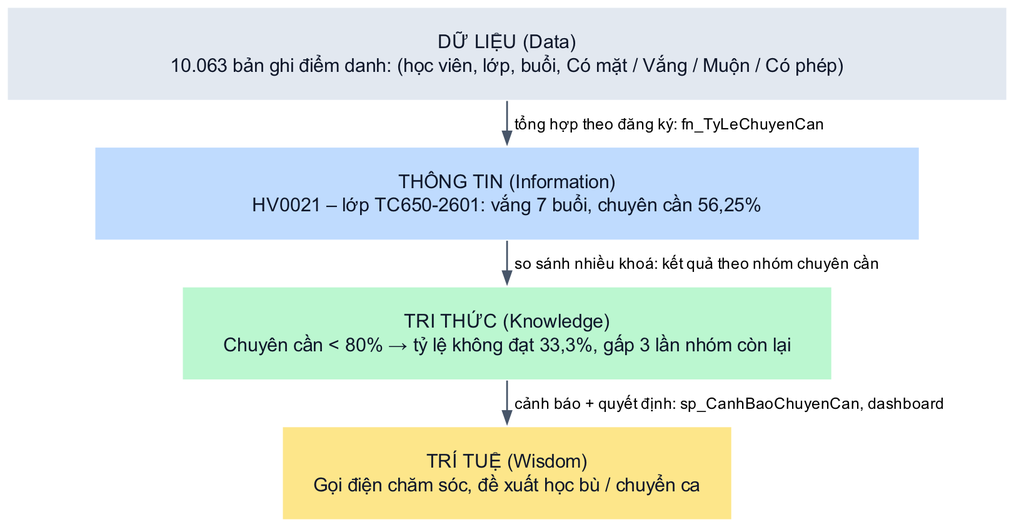
Earlier version of the Graphviz export docs/design/dikw.png (nhutruong-uit/ecms). Its source is kept beside it as docs/design/dikw.dot.
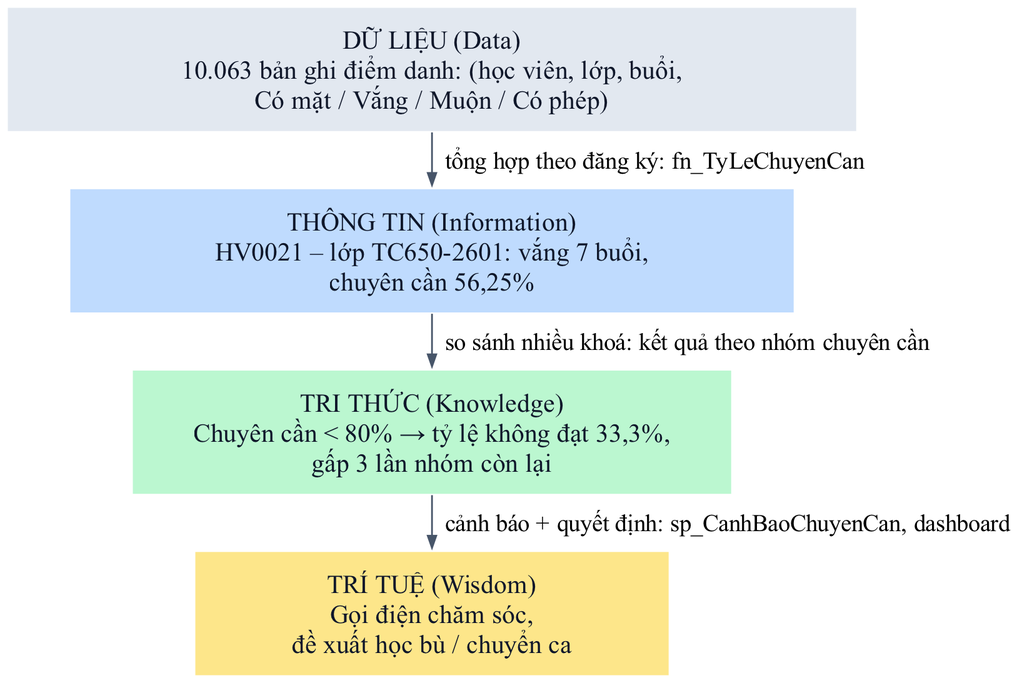
Above is the later version.

Change to the diagram source:
```diff
@@ -1,12 +1,12 @@
 digraph DIKW {
-  rankdir=TB; nodesep=0.2; ranksep=0.12; fontname="Arial"; bgcolor="white";
-  node [fontname="Arial", fontsize=11, shape=box, style="filled", color="white", fontcolor="#0f172a", height=0.75, fixedsize=true];
-  edge [fontname="Arial", fontsize=9, color="#475569", arrowsize=0.7];
+  rankdir=TB; nodesep=0.2; ranksep=0.12; fontname="Times New Roman,"; bgcolor="white";
+  node [fontname="Times New Roman,", fontsize=15, shape=box, style="filled", color="white", fontcolor="#0f172a", height=1.0, fixedsize=true];
+  edge [fontname="Times New Roman,", fontsize=14, color="#475569", arrowsize=0.7];
 
-  W [label="TRÍ TUỆ (Wisdom)\nGọi điện chăm sóc, đề xuất học bù / chuyển ca", width=3.6, fillcolor="#fde68a"];
-  K [label="TRI THỨC (Knowledge)\nChuyên cần < 80% → tỷ lệ không đạt 33,3%, gấp 3 lần nhóm còn lại", width=5.2, fillcolor="#bbf7d0"];
-  I [label="THÔNG TIN (Information)\nHV0021 – lớp TC650-2601: vắng 7 buổi, chuyên cần 56,25%", width=6.6, fillcolor="#bfdbfe"];
-  D [label="DỮ LIỆU (Data)\n10.063 bản ghi điểm danh: (học viên, lớp, buổi, Có mặt / Vắng / Muộn / Có phép)", width=8.0, fillcolor="#e2e8f0"];
+  W [label="TRÍ TUỆ (Wisdom)\nGọi điện chăm sóc,\nđề xuất học bù / chuyển ca", width=3.8, fillcolor="#fde68a"];
+  K [label="TRI THỨC (Knowledge)\nChuyên cần < 80% → tỷ lệ không đạt 33,3%,\ngấp 3 lần nhóm còn lại", width=4.8, fillcolor="#bbf7d0"];
+  I [label="THÔNG TIN (Information)\nHV0021 – lớp TC650-2601: vắng 7 buổi,\nchuyên cần 56,25%", width=5.8, fillcolor="#bfdbfe"];
+  D [label="DỮ LIỆU (Data)\n10.063 bản ghi điểm danh: (học viên, lớp, buổi,\nCó mặt / Vắng / Muộn / Có phép)", width=6.8, fillcolor="#e2e8f0"];
 
   D -> I [label="  tổng hợp theo đăng ký: fn_TyLeChuyenCan"];
   I -> K [label="  so sánh nhiều khoá: kết quả theo nhóm chuyên cần"];
```
